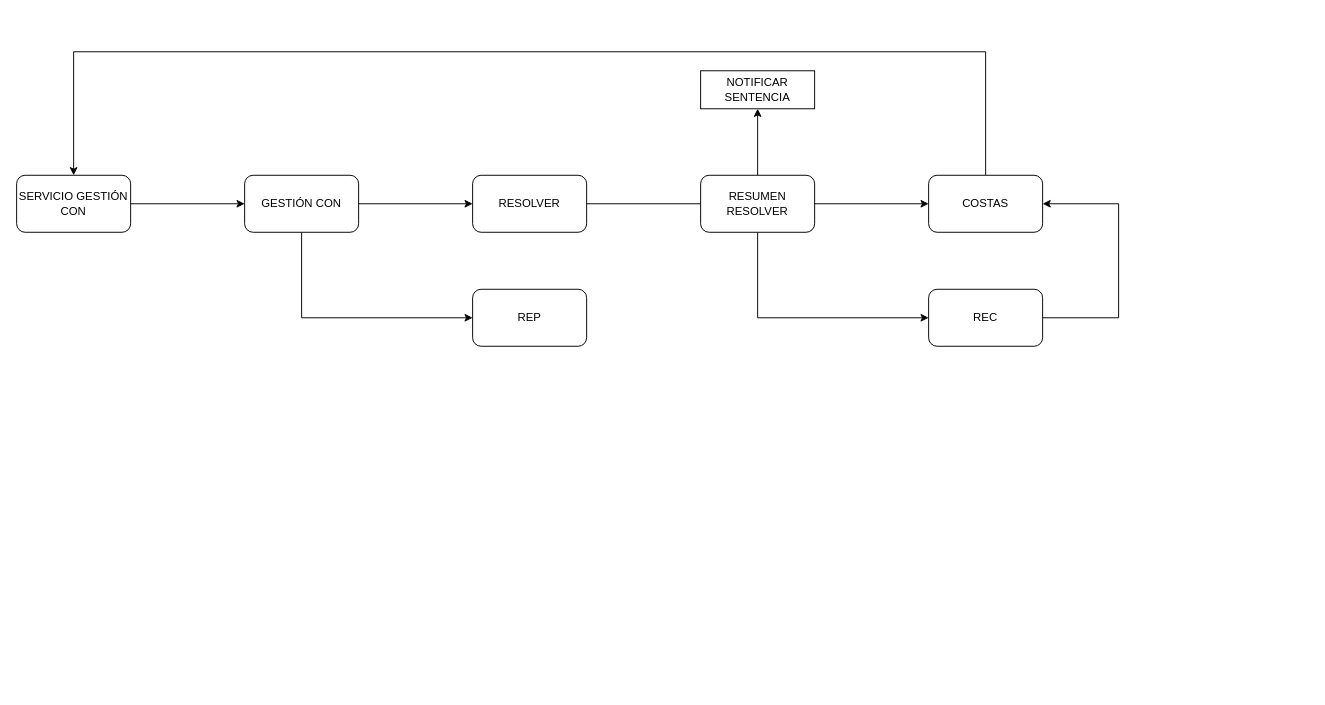
Earlier version of the draw.io diagram page "CON" (2 of 4) of mierdas.drawio (rlop666/diagramas). Source tidied: cells renumbered, new cells numbered last; positions are measured from the earlier drawing's top-left corner, leaving out a move shared by most shapes. Both pictures are drawn from the tidied source at 95%, with x=0, y=0 at pixel (16, 51).
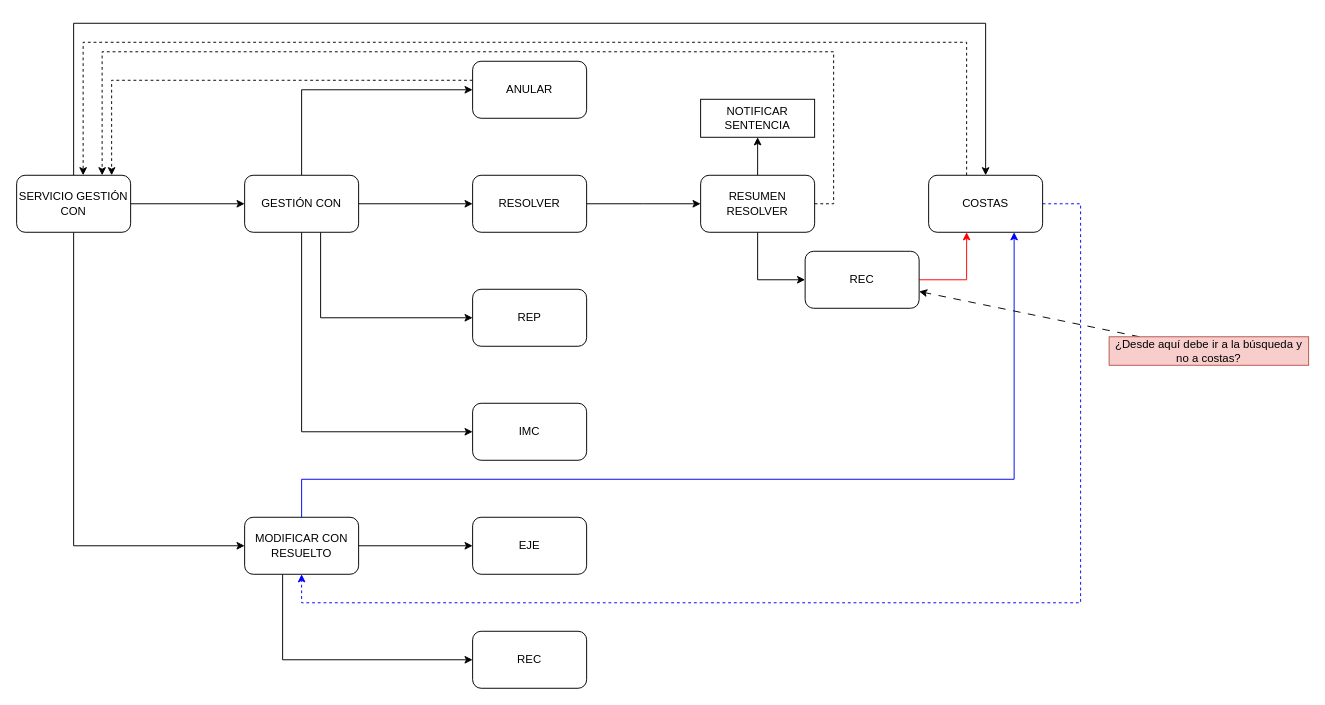
The same diagram, later.

The change refers to these unchanged cells:
```xml
<mxCell id="4" value="GESTIÓN CON" style="rounded=1;whiteSpace=wrap;html=1;" parent="1" vertex="1">
  <mxGeometry x="240" y="130" width="120" height="60" as="geometry" />
</mxCell>
<mxCell id="7" value="RESOLVER" style="rounded=1;whiteSpace=wrap;html=1;" parent="1" vertex="1">
  <mxGeometry x="480" y="130" width="120" height="60" as="geometry" />
</mxCell>
<mxCell id="11" value="COSTAS" style="rounded=1;whiteSpace=wrap;html=1;" parent="1" vertex="1">
  <mxGeometry x="960" y="130" width="120" height="60" as="geometry" />
</mxCell>
<mxCell id="12" value="REP" style="rounded=1;whiteSpace=wrap;html=1;" parent="1" vertex="1">
  <mxGeometry x="480" y="250" width="120" height="60" as="geometry" />
</mxCell>
<mxCell id="14" value="RESUMEN RESOLVER" style="rounded=1;whiteSpace=wrap;html=1;" parent="1" vertex="1">
  <mxGeometry x="720" y="130" width="120" height="60" as="geometry" />
</mxCell>
<mxCell id="17" value="SERVICIO GESTIÓN CON" style="rounded=1;whiteSpace=wrap;html=1;" parent="1" vertex="1">
  <mxGeometry y="130" width="120" height="60" as="geometry" />
</mxCell>
```

Change to the diagram source:
```diff
@@
     <mxCell id="3" style="edgeStyle=orthogonalEdgeStyle;rounded=0;jettySize=auto;html=1;" parent="1" edge="1" source="4" target="12">
       <mxGeometry relative="1" as="geometry">
         <Array as="points">
-          <mxPoint x="300" y="280" />
+          <mxPoint x="320" y="280" />
         </Array>
       </mxGeometry>
     </mxCell>
+    <mxCell id="18" style="edgeStyle=orthogonalEdgeStyle;rounded=0;jettySize=auto;html=1;" parent="1" edge="1" source="4" target="27">
+      <mxGeometry relative="1" as="geometry">
+        <Array as="points">
+          <mxPoint x="300" y="400" />
+        </Array>
+      </mxGeometry>
+    </mxCell>
+    <mxCell id="19" style="edgeStyle=orthogonalEdgeStyle;rounded=0;jettySize=auto;html=1;" parent="1" edge="1" source="4" target="30">
+      <mxGeometry relative="1" as="geometry">
+        <Array as="points">
+          <mxPoint x="300" y="40" />
+        </Array>
+      </mxGeometry>
+    </mxCell>
@@
     <mxCell id="5" style="edgeStyle=orthogonalEdgeStyle;rounded=0;jettySize=auto;html=1;" parent="1" edge="1" source="14" target="9">
       <mxGeometry relative="1" as="geometry">
         <Array as="points">
-          <mxPoint x="780" y="280" />
+          <mxPoint x="780" y="240" />
         </Array>
       </mxGeometry>
     </mxCell>
-    <mxCell id="6" style="rounded=0;jettySize=auto;html=1;edgeStyle=orthogonalEdgeStyle;" parent="1" edge="1" source="7" target="11">
-      <mxGeometry relative="1" as="geometry" />
+    <mxCell id="6" style="rounded=0;jettySize=auto;html=1;edgeStyle=orthogonalEdgeStyle;" parent="1" edge="1" source="7" target="14">
+      <mxGeometry relative="1" as="geometry">
+        <Array as="points">
+          <mxPoint x="660" y="160" />
+          <mxPoint x="660" y="160" />
+        </Array>
+      </mxGeometry>
     </mxCell>
@@
-    <mxCell id="8" style="rounded=0;jettySize=auto;html=1;edgeStyle=orthogonalEdgeStyle;" parent="1" edge="1" source="9" target="11">
+    <mxCell id="8" style="rounded=0;jettySize=auto;html=1;edgeStyle=orthogonalEdgeStyle;strokeColor=#FF0000;" parent="1" edge="1" source="9" target="11">
       <mxGeometry relative="1" as="geometry">
         <Array as="points">
-          <mxPoint x="1160" y="280" />
-          <mxPoint x="1160" y="160" />
+          <mxPoint x="1000" y="240" />
         </Array>
       </mxGeometry>
     </mxCell>
     <mxCell id="9" value="REC" style="rounded=1;whiteSpace=wrap;html=1;" parent="1" vertex="1">
-      <mxGeometry x="960" y="250" width="120" height="60" as="geometry" />
+      <mxGeometry x="830" y="210" width="120" height="60" as="geometry" />
     </mxCell>
-    <mxCell id="10" style="edgeStyle=orthogonalEdgeStyle;rounded=0;jettySize=auto;html=1;" parent="1" edge="1" source="11" target="17">
+    <mxCell id="10" style="edgeStyle=orthogonalEdgeStyle;rounded=0;jettySize=auto;html=1;dashed=1;" parent="1" edge="1" source="11" target="17">
       <mxGeometry relative="1" as="geometry">
         <Array as="points">
-          <mxPoint x="1020" />
-          <mxPoint x="60" />
+          <mxPoint x="1000" y="-10" />
+          <mxPoint x="70" y="-10" />
         </Array>
       </mxGeometry>
     </mxCell>
+    <mxCell id="20" style="edgeStyle=orthogonalEdgeStyle;rounded=0;jettySize=auto;html=1;strokeColor=#0000FF;dashed=1;" parent="1" edge="1" source="11" target="26">
+      <mxGeometry relative="1" as="geometry">
+        <Array as="points">
+          <mxPoint x="1120" y="160" />
+          <mxPoint x="1120" y="580" />
+          <mxPoint x="300" y="580" />
+        </Array>
+      </mxGeometry>
+    </mxCell>
@@
     <mxCell id="15" value="NOTIFICAR SENTENCIA" style="rounded=0;whiteSpace=wrap;html=1;" parent="1" vertex="1">
-      <mxGeometry x="720" y="20" width="120" height="40" as="geometry" />
+      <mxGeometry x="720" y="50" width="120" height="40" as="geometry" />
     </mxCell>
@@
+    <mxCell id="21" style="edgeStyle=orthogonalEdgeStyle;rounded=0;jettySize=auto;html=1;" parent="1" edge="1" source="17" target="26">
+      <mxGeometry relative="1" as="geometry">
+        <Array as="points">
+          <mxPoint x="60" y="520" />
+        </Array>
+      </mxGeometry>
+    </mxCell>
+    <mxCell id="22" style="edgeStyle=orthogonalEdgeStyle;rounded=0;jettySize=auto;html=1;" parent="1" edge="1" source="17" target="11">
+      <mxGeometry relative="1" as="geometry">
+        <Array as="points">
+          <mxPoint x="60" y="-30" />
+          <mxPoint x="1020" y="-30" />
+        </Array>
+      </mxGeometry>
+    </mxCell>
@@
+    <mxCell id="23" style="edgeStyle=orthogonalEdgeStyle;rounded=0;jettySize=auto;html=1;" parent="1" edge="1" source="26" target="28">
+      <mxGeometry relative="1" as="geometry" />
+    </mxCell>
+    <mxCell id="24" style="edgeStyle=orthogonalEdgeStyle;rounded=0;jettySize=auto;html=1;strokeColor=#0000FF;" parent="1" edge="1" source="26" target="11">
+      <mxGeometry relative="1" as="geometry">
+        <Array as="points">
+          <mxPoint x="300" y="450" />
+          <mxPoint x="1050" y="450" />
+        </Array>
+      </mxGeometry>
+    </mxCell>
+    <mxCell id="25" style="edgeStyle=orthogonalEdgeStyle;rounded=0;jettySize=auto;html=1;" parent="1" edge="1" source="26" target="31">
+      <mxGeometry relative="1" as="geometry">
+        <Array as="points">
+          <mxPoint x="280" y="640" />
+        </Array>
+      </mxGeometry>
+    </mxCell>
+    <mxCell id="26" value="MODIFICAR CON RESUELTO" style="rounded=1;whiteSpace=wrap;html=1;" parent="1" vertex="1">
+      <mxGeometry x="240" y="490" width="120" height="60" as="geometry" />
+    </mxCell>
+    <mxCell id="27" value="IMC" style="rounded=1;whiteSpace=wrap;html=1;" parent="1" vertex="1">
+      <mxGeometry x="480" y="370" width="120" height="60" as="geometry" />
+    </mxCell>
+    <mxCell id="28" value="EJE" style="rounded=1;whiteSpace=wrap;html=1;" parent="1" vertex="1">
+      <mxGeometry x="480" y="490" width="120" height="60" as="geometry" />
+    </mxCell>
+    <mxCell id="29" style="edgeStyle=orthogonalEdgeStyle;rounded=0;jettySize=auto;html=1;dashed=1;" parent="1" edge="1" source="30" target="17">
+      <mxGeometry relative="1" as="geometry">
+        <Array as="points">
+          <mxPoint x="100" y="30" />
+        </Array>
+      </mxGeometry>
+    </mxCell>
+    <mxCell id="30" value="ANULAR" style="rounded=1;whiteSpace=wrap;html=1;" parent="1" vertex="1">
+      <mxGeometry x="480" y="10" width="120" height="60" as="geometry" />
+    </mxCell>
+    <mxCell id="31" value="REC" style="rounded=1;whiteSpace=wrap;html=1;" parent="1" vertex="1">
+      <mxGeometry x="480" y="610" width="120" height="60" as="geometry" />
+    </mxCell>
+    <mxCell id="32" style="edgeStyle=orthogonalEdgeStyle;rounded=0;jettySize=auto;html=1;dashed=1;" parent="1" edge="1" source="14" target="17">
+      <mxGeometry relative="1" as="geometry">
+        <Array as="points">
+          <mxPoint x="860" y="160" />
+          <mxPoint x="860" />
+          <mxPoint x="90" />
+        </Array>
+      </mxGeometry>
+    </mxCell>
+    <mxCell id="33" style="rounded=0;jettySize=auto;html=1;dashed=1;dashPattern=8 8;" parent="1" edge="1" source="34" target="9">
+      <mxGeometry relative="1" as="geometry" />
+    </mxCell>
+    <mxCell id="34" value="¿Desde aquí debe ir a la búsqueda y no a costas?" style="text;html=1;align=center;verticalAlign=middle;whiteSpace=wrap;rounded=0;fillColor=#f8cecc;strokeColor=#b85450;" parent="1" vertex="1">
+      <mxGeometry x="1150" y="300" width="210" height="30" as="geometry" />
+    </mxCell>
```
